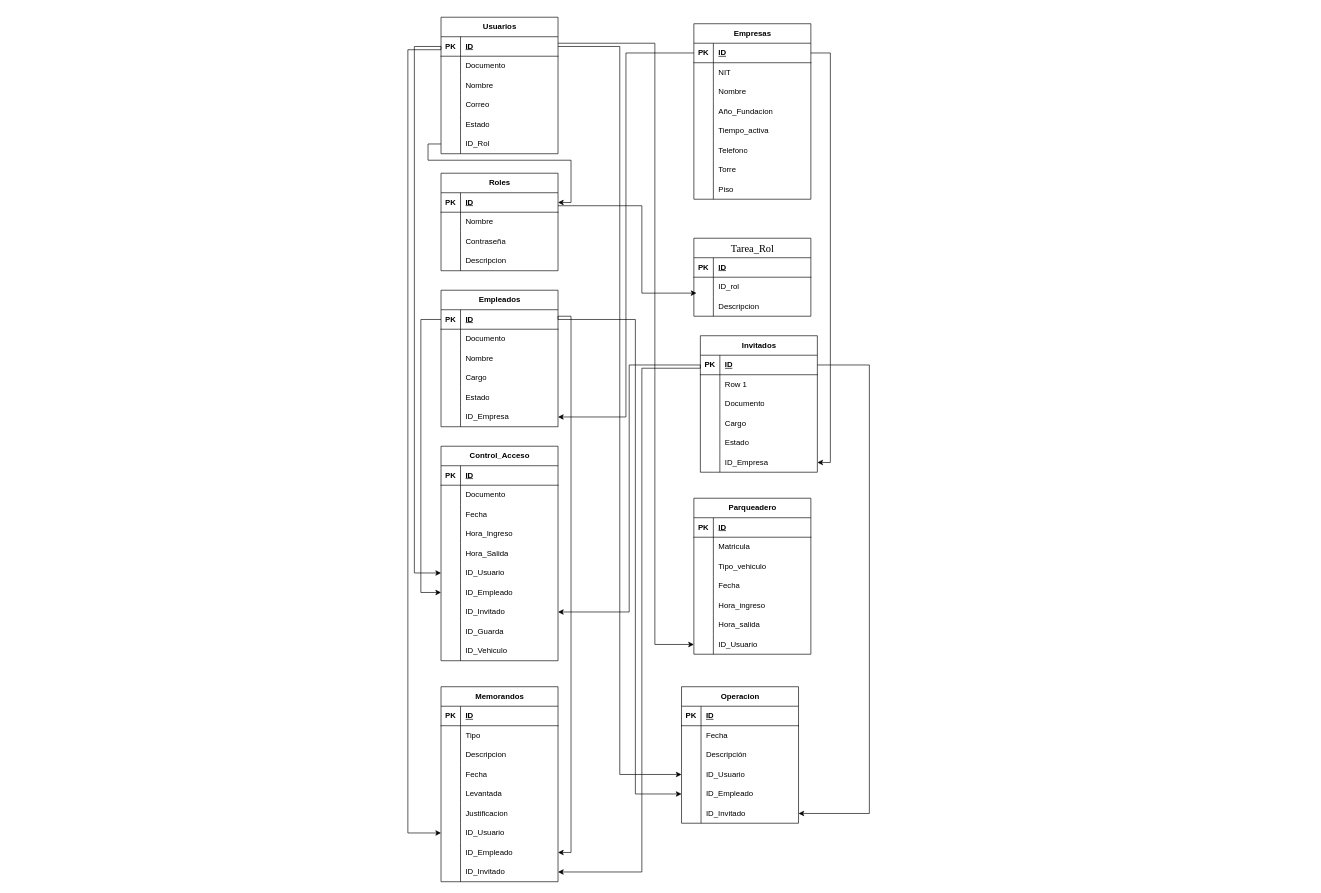
The draw.io diagram Diagrama de Diseño Relacional ACME.drawio in MichelAdrianTorradoRoa/SISTEMA_DE_CONTROL_DE_ACCESO_PARA_EL_COMPLEJO_EMPRESARIAL_ZONA_ACME, before the edit. Source tidied: cells renumbered, new cells numbered last; positions are measured from the earlier drawing's top-left corner, leaving out a move shared by most shapes. Both pictures are drawn from the tidied source at 65%, with x=0, y=0 at pixel (408, 17).
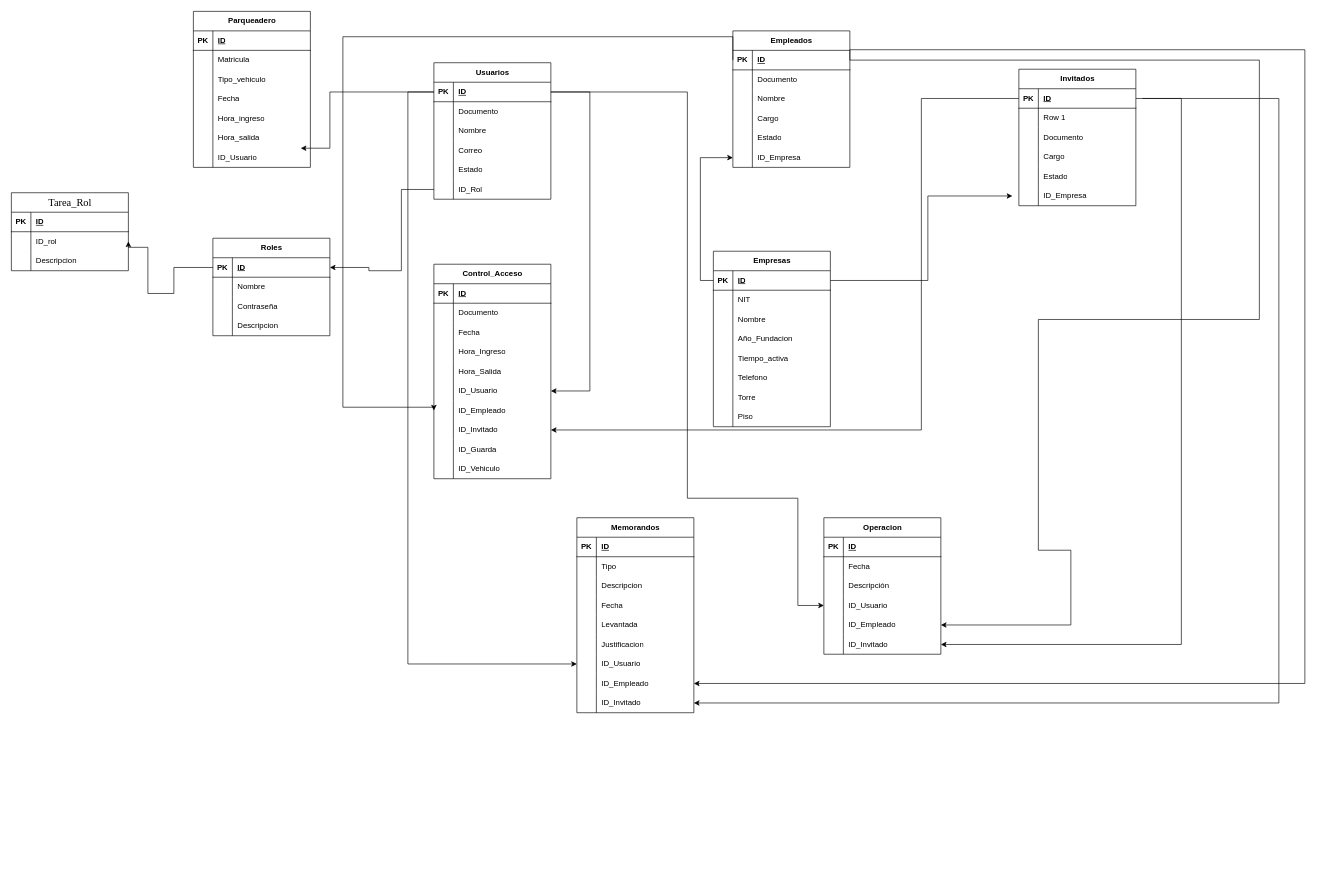
The same diagram, later.

Unchanged cells that the change refers to:
```xml
<mxCell id="3" style="shape=tableRow;horizontal=0;startSize=0;swimlaneHead=0;swimlaneBody=0;fillColor=none;points=[[0,0.5],[1,0.5]];portConstraint=eastwest;top=0;left=0;right=0;bottom=1;" parent="2" vertex="1">
  <mxGeometry y="30" width="180" height="30" as="geometry" />
</mxCell>
<mxCell id="18" style="shape=tableRow;horizontal=0;startSize=0;swimlaneHead=0;swimlaneBody=0;fillColor=none;points=[[0,0.5],[1,0.5]];portConstraint=eastwest;top=0;left=0;right=0;bottom=0;" parent="2" vertex="1">
  <mxGeometry y="180" width="180" height="30" as="geometry" />
</mxCell>
<mxCell id="22" style="shape=tableRow;horizontal=0;startSize=0;swimlaneHead=0;swimlaneBody=0;fillColor=none;points=[[0,0.5],[1,0.5]];portConstraint=eastwest;top=0;left=0;right=0;bottom=1;" parent="21" vertex="1">
  <mxGeometry y="30" width="180" height="30" as="geometry" />
</mxCell>
<mxCell id="47" style="shape=tableRow;horizontal=0;startSize=0;swimlaneHead=0;swimlaneBody=0;fillColor=none;points=[[0,0.5],[1,0.5]];portConstraint=eastwest;top=0;left=0;right=0;bottom=1;" parent="46" vertex="1">
  <mxGeometry y="30" width="180" height="30" as="geometry" />
</mxCell>
<mxCell id="60" style="shape=tableRow;horizontal=0;startSize=0;swimlaneHead=0;swimlaneBody=0;fillColor=none;points=[[0,0.5],[1,0.5]];portConstraint=eastwest;top=0;left=0;right=0;bottom=1;" parent="59" vertex="1">
  <mxGeometry y="30" width="180" height="30" as="geometry" />
</mxCell>
<mxCell id="94" style="shape=tableRow;horizontal=0;startSize=0;swimlaneHead=0;swimlaneBody=0;fillColor=none;points=[[0,0.5],[1,0.5]];portConstraint=eastwest;top=0;left=0;right=0;bottom=0;" parent="78" vertex="1">
  <mxGeometry y="180" width="180" height="30" as="geometry" />
</mxCell>
<mxCell id="97" style="shape=tableRow;horizontal=0;startSize=0;swimlaneHead=0;swimlaneBody=0;fillColor=none;points=[[0,0.5],[1,0.5]];portConstraint=eastwest;top=0;left=0;right=0;bottom=0;" parent="78" vertex="1">
  <mxGeometry y="210" width="180" height="30" as="geometry" />
</mxCell>
<mxCell id="100" style="shape=tableRow;horizontal=0;startSize=0;swimlaneHead=0;swimlaneBody=0;fillColor=none;points=[[0,0.5],[1,0.5]];portConstraint=eastwest;top=0;left=0;right=0;bottom=0;" parent="78" vertex="1">
  <mxGeometry y="240" width="180" height="30" as="geometry" />
</mxCell>
<mxCell id="128" style="shape=tableRow;horizontal=0;startSize=0;swimlaneHead=0;swimlaneBody=0;fillColor=none;points=[[0,0.5],[1,0.5]];portConstraint=eastwest;top=0;left=0;right=0;bottom=0;" parent="109" vertex="1">
  <mxGeometry y="210" width="180" height="30" as="geometry" />
</mxCell>
<mxCell id="131" style="shape=tableRow;horizontal=0;startSize=0;swimlaneHead=0;swimlaneBody=0;fillColor=none;points=[[0,0.5],[1,0.5]];portConstraint=eastwest;top=0;left=0;right=0;bottom=0;" parent="109" vertex="1">
  <mxGeometry y="240" width="180" height="30" as="geometry" />
</mxCell>
<mxCell id="134" style="shape=tableRow;horizontal=0;startSize=0;swimlaneHead=0;swimlaneBody=0;fillColor=none;points=[[0,0.5],[1,0.5]];portConstraint=eastwest;top=0;left=0;right=0;bottom=0;" parent="109" vertex="1">
  <mxGeometry y="270" width="180" height="30" as="geometry" />
</mxCell>
<mxCell id="141" style="shape=tableRow;horizontal=0;startSize=0;swimlaneHead=0;swimlaneBody=0;fillColor=none;points=[[0,0.5],[1,0.5]];portConstraint=eastwest;top=0;left=0;right=0;bottom=0;" parent="137" vertex="1">
  <mxGeometry y="60" width="180" height="30" as="geometry" />
</mxCell>
<mxCell id="148" style="shape=tableRow;horizontal=0;startSize=0;swimlaneHead=0;swimlaneBody=0;fillColor=none;points=[[0,0.5],[1,0.5]];portConstraint=eastwest;top=0;left=0;right=0;bottom=1;" parent="147" vertex="1">
  <mxGeometry y="30" width="180" height="30" as="geometry" />
</mxCell>
<mxCell id="163" style="shape=tableRow;horizontal=0;startSize=0;swimlaneHead=0;swimlaneBody=0;fillColor=none;points=[[0,0.5],[1,0.5]];portConstraint=eastwest;top=0;left=0;right=0;bottom=0;" parent="147" vertex="1">
  <mxGeometry y="180" width="180" height="30" as="geometry" />
</mxCell>
<mxCell id="185" style="shape=tableRow;horizontal=0;startSize=0;swimlaneHead=0;swimlaneBody=0;fillColor=none;points=[[0,0.5],[1,0.5]];portConstraint=eastwest;top=0;left=0;right=0;bottom=0;" parent="166" vertex="1">
  <mxGeometry y="210" width="180" height="30" as="geometry" />
</mxCell>
<mxCell id="198" style="shape=tableRow;horizontal=0;startSize=0;swimlaneHead=0;swimlaneBody=0;fillColor=none;points=[[0,0.5],[1,0.5]];portConstraint=eastwest;top=0;left=0;right=0;bottom=0;" parent="188" vertex="1">
  <mxGeometry y="120" width="180" height="30" as="geometry" />
</mxCell>
<mxCell id="201" style="shape=tableRow;horizontal=0;startSize=0;swimlaneHead=0;swimlaneBody=0;fillColor=none;points=[[0,0.5],[1,0.5]];portConstraint=eastwest;top=0;left=0;right=0;bottom=0;" parent="188" vertex="1">
  <mxGeometry y="150" width="180" height="30" as="geometry" />
</mxCell>
<mxCell id="204" style="shape=tableRow;horizontal=0;startSize=0;swimlaneHead=0;swimlaneBody=0;fillColor=none;points=[[0,0.5],[1,0.5]];portConstraint=eastwest;top=0;left=0;right=0;bottom=0;" parent="188" vertex="1">
  <mxGeometry y="180" width="180" height="30" as="geometry" />
</mxCell>
```

The edit, as a diff of the source:
```diff
@@
     <mxCell id="2" value="Usuarios" style="shape=table;startSize=30;childLayout=tableLayout;rowLines=0;fontStyle=1;align=center;html=1;" parent="1" vertex="1">
-      <mxGeometry x="51" width="180" height="210" as="geometry" />
+      <mxGeometry x="40" y="70" width="180" height="210" as="geometry" />
     </mxCell>
@@
     <mxCell id="21" value="Empresas" style="shape=table;startSize=30;childLayout=tableLayout;rowLines=0;fontStyle=1;align=center;html=1;" parent="1" vertex="1">
-      <mxGeometry x="440" y="10" width="180" height="270" as="geometry" />
+      <mxGeometry x="470" y="360" width="180" height="270" as="geometry" />
     </mxCell>
@@
     <mxCell id="46" value="Roles" style="shape=table;startSize=30;childLayout=tableLayout;rowLines=0;fontStyle=1;align=center;html=1;" parent="1" vertex="1">
-      <mxGeometry x="51" y="240" width="180" height="150" as="geometry" />
+      <mxGeometry x="-300" y="340" width="180" height="150" as="geometry" />
     </mxCell>
@@
     <mxCell id="59" value="Empleados" style="shape=table;startSize=30;childLayout=tableLayout;rowLines=0;fontStyle=1;align=center;html=1;" parent="1" vertex="1">
-      <mxGeometry x="51" y="420" width="180" height="210" as="geometry" />
+      <mxGeometry x="500" y="21" width="180" height="210" as="geometry" />
     </mxCell>
@@
     <mxCell id="78" value="Control_Acceso" style="shape=table;startSize=30;childLayout=tableLayout;rowLines=0;fontStyle=1;align=center;html=1;" parent="1" vertex="1">
-      <mxGeometry x="51" y="660" width="180" height="330" as="geometry" />
+      <mxGeometry x="40" y="380" width="180" height="330" as="geometry" />
     </mxCell>
@@
     <mxCell id="109" value="Memorandos" style="shape=table;startSize=30;childLayout=tableLayout;rowLines=0;fontStyle=1;align=center;html=1;" parent="1" vertex="1">
-      <mxGeometry x="51" y="1030" width="180" height="300" as="geometry" />
+      <mxGeometry x="260" y="770" width="180" height="300" as="geometry" />
     </mxCell>
@@
     <mxCell id="137" value="&lt;span id=&quot;docs-internal-guid-4f2db24e-7fff-1957-41ad-e307b4687764&quot; style=&quot;font-weight:normal;&quot;&gt;&lt;span style=&quot;font-size: 12pt; font-family: &amp;quot;Times New Roman&amp;quot;, serif; background-color: transparent; font-variant-numeric: normal; font-variant-east-asian: normal; font-variant-alternates: normal; font-variant-position: normal; font-variant-emoji: normal; vertical-align: baseline; white-space: pre-wrap;&quot;&gt;Tarea_Rol&lt;/span&gt;&lt;/span&gt;" style="shape=table;startSize=30;childLayout=tableLayout;rowLines=0;fontStyle=1;align=center;html=1;" parent="1" vertex="1">
-      <mxGeometry x="440" y="340" width="180" height="120" as="geometry" />
+      <mxGeometry x="-610" y="270" width="180" height="120" as="geometry" />
     </mxCell>
@@
     <mxCell id="147" value="Invitados" style="shape=table;startSize=30;childLayout=tableLayout;rowLines=0;fontStyle=1;align=center;html=1;" parent="1" vertex="1">
-      <mxGeometry x="450" y="490" width="180" height="210" as="geometry" />
+      <mxGeometry x="940" y="80" width="180" height="210" as="geometry" />
     </mxCell>
@@
     <mxCell id="166" value="Parqueadero" style="shape=table;startSize=30;childLayout=tableLayout;rowLines=0;fontStyle=1;align=center;html=1;" parent="1" vertex="1">
-      <mxGeometry x="440" y="740" width="180" height="240" as="geometry" />
+      <mxGeometry x="-330" y="-9" width="180" height="240" as="geometry" />
     </mxCell>
@@
     <mxCell id="188" value="Operacion" style="shape=table;startSize=30;childLayout=tableLayout;rowLines=0;fontStyle=1;align=center;html=1;" parent="1" vertex="1">
-      <mxGeometry x="421" y="1030" width="180" height="210" as="geometry" />
+      <mxGeometry x="640" y="770" width="180" height="210" as="geometry" />
     </mxCell>
@@
-    <mxCell id="207" style="edgeStyle=orthogonalEdgeStyle;rounded=0;jettySize=auto;html=1;" parent="1" edge="1" source="18" target="47">
+    <mxCell id="207" style="edgeStyle=orthogonalEdgeStyle;rounded=0;jettySize=auto;html=1;entryX=1;entryY=0.5;entryDx=0;entryDy=0;exitX=0;exitY=0.5;exitDx=0;exitDy=0;" parent="1" edge="1" source="18" target="47">
       <mxGeometry relative="1" as="geometry">
         <Array as="points">
-          <mxPoint x="31" y="195" />
-          <mxPoint x="31" y="220" />
-          <mxPoint x="251" y="220" />
-          <mxPoint x="251" y="285" />
+          <mxPoint x="-10" y="265" />
+          <mxPoint x="-10" y="390" />
+          <mxPoint x="-60" y="390" />
+          <mxPoint x="-60" y="385" />
         </Array>
       </mxGeometry>
     </mxCell>
@@
-    <mxCell id="209" style="edgeStyle=orthogonalEdgeStyle;rounded=0;jettySize=auto;html=1;entryX=1;entryY=0.5;entryDx=0;entryDy=0;" parent="1" edge="1" source="22" target="163">
-      <mxGeometry relative="1" as="geometry" />
+    <mxCell id="209" style="edgeStyle=orthogonalEdgeStyle;rounded=0;jettySize=auto;html=1;" parent="1" edge="1" source="22">
+      <mxGeometry relative="1" as="geometry">
+        <mxPoint x="930" y="275" as="targetPoint" />
+        <Array as="points">
+          <mxPoint x="800" y="405" />
+          <mxPoint x="800" y="275" />
+        </Array>
+      </mxGeometry>
     </mxCell>
-    <mxCell id="210" style="edgeStyle=orthogonalEdgeStyle;rounded=0;jettySize=auto;html=1;entryX=0.022;entryY=0.815;entryDx=0;entryDy=0;entryPerimeter=0;" parent="1" edge="1" source="47" target="141">
+    <mxCell id="210" style="edgeStyle=orthogonalEdgeStyle;rounded=0;jettySize=auto;html=1;entryX=1;entryY=0.5;entryDx=0;entryDy=0;" parent="1" edge="1" source="47" target="141">
       <mxGeometry relative="1" as="geometry">
         <Array as="points">
-          <mxPoint x="360" y="290" />
-          <mxPoint x="360" y="425" />
+          <mxPoint x="-360" y="385" />
+          <mxPoint x="-360" y="425" />
+          <mxPoint x="-400" y="425" />
+          <mxPoint x="-400" y="354" />
+          <mxPoint x="-430" y="354" />
         </Array>
       </mxGeometry>
     </mxCell>
-    <mxCell id="211" style="edgeStyle=orthogonalEdgeStyle;rounded=0;jettySize=auto;html=1;entryX=0;entryY=0.5;entryDx=0;entryDy=0;" parent="1" edge="1" source="3" target="94">
+    <mxCell id="211" style="edgeStyle=orthogonalEdgeStyle;rounded=0;jettySize=auto;html=1;entryX=1;entryY=0.5;entryDx=0;entryDy=0;exitX=1;exitY=0.5;exitDx=0;exitDy=0;" parent="1" edge="1" source="3" target="94">
       <mxGeometry relative="1" as="geometry">
         <Array as="points">
-          <mxPoint x="10" y="45" />
-          <mxPoint x="10" y="855" />
+          <mxPoint x="280" y="115" />
+          <mxPoint x="280" y="575" />
         </Array>
       </mxGeometry>
     </mxCell>
     <mxCell id="212" style="edgeStyle=orthogonalEdgeStyle;rounded=0;jettySize=auto;html=1;exitX=0;exitY=0.5;exitDx=0;exitDy=0;entryX=0;entryY=0.5;entryDx=0;entryDy=0;" parent="1" edge="1" source="60" target="97">
       <mxGeometry relative="1" as="geometry">
         <Array as="points">
-          <mxPoint x="20" y="465" />
-          <mxPoint x="20" y="885" />
+          <mxPoint x="500" y="30" />
+          <mxPoint x="-100" y="30" />
+          <mxPoint x="-100" y="600" />
+          <mxPoint x="40" y="600" />
         </Array>
       </mxGeometry>
     </mxCell>
     <mxCell id="213" style="edgeStyle=orthogonalEdgeStyle;rounded=0;jettySize=auto;html=1;entryX=1;entryY=0.5;entryDx=0;entryDy=0;" parent="1" edge="1" source="148" target="100">
-      <mxGeometry relative="1" as="geometry" />
+      <mxGeometry relative="1" as="geometry">
+        <Array as="points">
+          <mxPoint x="790" y="125" />
+          <mxPoint x="790" y="635" />
+        </Array>
+      </mxGeometry>
     </mxCell>
     <mxCell id="214" style="edgeStyle=orthogonalEdgeStyle;rounded=0;jettySize=auto;html=1;entryX=0;entryY=0.5;entryDx=0;entryDy=0;" parent="1" edge="1" source="3" target="198">
-      <mxGeometry relative="1" as="geometry" />
+      <mxGeometry relative="1" as="geometry">
+        <Array as="points">
+          <mxPoint x="430" y="115" />
+          <mxPoint x="430" y="740" />
+          <mxPoint x="600" y="740" />
+          <mxPoint x="600" y="905" />
+        </Array>
+      </mxGeometry>
     </mxCell>
-    <mxCell id="215" style="edgeStyle=orthogonalEdgeStyle;rounded=0;jettySize=auto;html=1;entryX=0;entryY=0.5;entryDx=0;entryDy=0;" parent="1" edge="1" source="60" target="201">
+    <mxCell id="215" style="edgeStyle=orthogonalEdgeStyle;rounded=0;jettySize=auto;html=1;entryX=1;entryY=0.5;entryDx=0;entryDy=0;" parent="1" edge="1" source="60" target="201">
       <mxGeometry relative="1" as="geometry">
         <Array as="points">
-          <mxPoint x="350" y="465" />
-          <mxPoint x="350" y="1195" />
+          <mxPoint x="1310" y="66" />
+          <mxPoint x="1310" y="465" />
+          <mxPoint x="970" y="465" />
+          <mxPoint x="970" y="820" />
+          <mxPoint x="1020" y="820" />
+          <mxPoint x="1020" y="935" />
         </Array>
       </mxGeometry>
     </mxCell>
     <mxCell id="216" style="edgeStyle=orthogonalEdgeStyle;rounded=0;jettySize=auto;html=1;entryX=1;entryY=0.5;entryDx=0;entryDy=0;" parent="1" edge="1" source="148" target="204">
       <mxGeometry relative="1" as="geometry">
         <Array as="points">
-          <mxPoint x="710" y="535" />
-          <mxPoint x="710" y="1225" />
+          <mxPoint x="1190" y="125" />
+          <mxPoint x="1190" y="965" />
         </Array>
       </mxGeometry>
     </mxCell>
-    <mxCell id="217" style="edgeStyle=orthogonalEdgeStyle;rounded=0;jettySize=auto;html=1;entryX=0;entryY=0.5;entryDx=0;entryDy=0;" parent="1" edge="1" source="3" target="185">
-      <mxGeometry relative="1" as="geometry">
-        <Array as="points">
-          <mxPoint x="380" y="40" />
-          <mxPoint x="380" y="965" />
-        </Array>
-      </mxGeometry>
-    </mxCell>
     <mxCell id="218" style="edgeStyle=orthogonalEdgeStyle;rounded=0;jettySize=auto;html=1;exitX=0;exitY=0.5;exitDx=0;exitDy=0;entryX=0;entryY=0.5;entryDx=0;entryDy=0;" parent="1" edge="1" source="3" target="128">
       <mxGeometry relative="1" as="geometry">
         <Array as="points">
-          <mxPoint x="51" y="50" />
-          <mxPoint y="50" />
-          <mxPoint y="1255" />
+          <mxPoint y="115" />
+          <mxPoint y="995" />
         </Array>
       </mxGeometry>
     </mxCell>
     <mxCell id="219" style="edgeStyle=orthogonalEdgeStyle;rounded=0;jettySize=auto;html=1;exitX=1;exitY=0.5;exitDx=0;exitDy=0;entryX=1;entryY=0.5;entryDx=0;entryDy=0;" parent="1" edge="1" source="60" target="131">
       <mxGeometry relative="1" as="geometry">
         <Array as="points">
-          <mxPoint x="231" y="460" />
-          <mxPoint x="251" y="460" />
-          <mxPoint x="251" y="1285" />
+          <mxPoint x="680" y="50" />
+          <mxPoint x="1380" y="50" />
+          <mxPoint x="1380" y="1025" />
         </Array>
       </mxGeometry>
     </mxCell>
-    <mxCell id="220" style="edgeStyle=orthogonalEdgeStyle;rounded=0;jettySize=auto;html=1;exitX=0;exitY=0.5;exitDx=0;exitDy=0;entryX=1;entryY=0.5;entryDx=0;entryDy=0;" parent="1" edge="1" source="148" target="134">
+    <mxCell id="220" style="edgeStyle=orthogonalEdgeStyle;rounded=0;jettySize=auto;html=1;entryX=1;entryY=0.5;entryDx=0;entryDy=0;" parent="1" edge="1" target="134">
       <mxGeometry relative="1" as="geometry">
+        <mxPoint x="1130" y="125" as="sourcePoint" />
         <Array as="points">
-          <mxPoint x="450" y="540" />
-          <mxPoint x="360" y="540" />
-          <mxPoint x="360" y="1315" />
+          <mxPoint x="1340" y="125" />
+          <mxPoint x="1340" y="1055" />
         </Array>
       </mxGeometry>
     </mxCell>
+    <mxCell id="217" style="edgeStyle=orthogonalEdgeStyle;rounded=0;jettySize=auto;html=1;exitX=0;exitY=0.5;exitDx=0;exitDy=0;entryX=0.918;entryY=0.017;entryDx=0;entryDy=0;entryPerimeter=0;" parent="1" edge="1" source="3" target="185">
+      <mxGeometry relative="1" as="geometry">
+        <Array as="points">
+          <mxPoint x="-120" y="115" />
+          <mxPoint x="-120" y="202" />
+        </Array>
+      </mxGeometry>
+    </mxCell>
```
